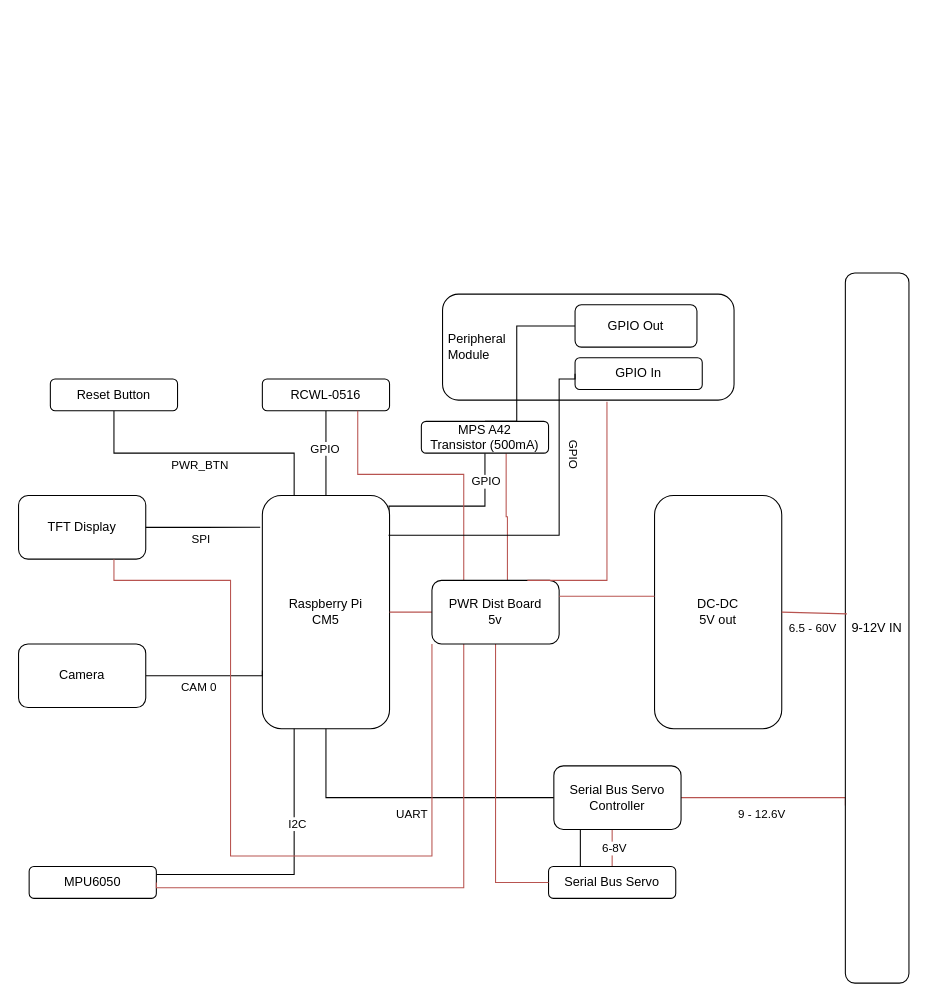
The draw.io diagram circuits/CM5 Head Wiring.drawio in faxxxan/WALL-B, before the edit. Source tidied: cells renumbered, new cells numbered last; positions are measured from the earlier drawing's top-left corner, leaving out a move shared by most shapes. Both pictures are drawn from the tidied source at 106%, with x=0, y=0 at pixel (18, 272).
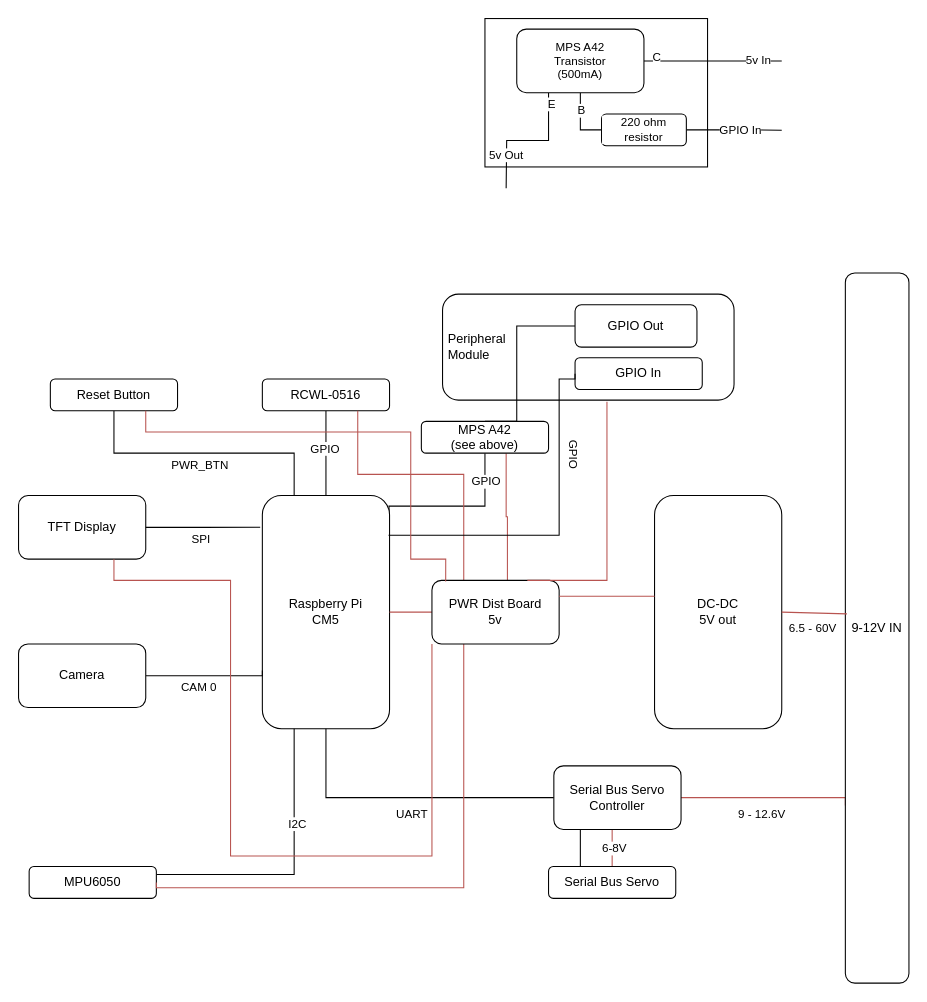
The same diagram, later.

Unchanged cells that the change refers to:
```xml
<mxCell id="27" value="Serial Bus Servo" style="rounded=1;whiteSpace=wrap;html=1;" parent="1" vertex="1">
  <mxGeometry x="500" y="560" width="120" height="30" as="geometry" />
</mxCell>
<mxCell id="30" value="Reset Button" style="rounded=1;whiteSpace=wrap;html=1;" parent="1" vertex="1">
  <mxGeometry x="30" y="100" width="120" height="30" as="geometry" />
</mxCell>
<mxCell id="37" value="PWR Dist Board&lt;br&gt;5v" style="rounded=1;whiteSpace=wrap;html=1;" parent="1" vertex="1">
  <mxGeometry x="390" y="290" width="120" height="60" as="geometry" />
</mxCell>
```

Change to the diagram source:
```diff
@@
-    <mxCell id="32" style="edgeStyle=orthogonalEdgeStyle;shape=connector;rounded=0;jettySize=auto;html=1;exitX=0.5;exitY=1;exitDx=0;exitDy=0;entryX=0;entryY=0.5;entryDx=0;entryDy=0;strokeColor=#b85450;align=center;verticalAlign=middle;fontFamily=Helvetica;fontSize=11;fontColor=default;labelBackgroundColor=default;startFill=0;endArrow=none;fillColor=#f8cecc;" parent="1" edge="1" source="37" target="27">
-      <mxGeometry relative="1" as="geometry" />
-    </mxCell>
@@
-    <mxCell id="47" value="MPS A42&lt;br&gt;Transistor (500mA)" style="rounded=1;whiteSpace=wrap;html=1;" parent="1" vertex="1">
+    <mxCell id="47" value="MPS A42&lt;br&gt;(see above)" style="rounded=1;whiteSpace=wrap;html=1;" parent="1" vertex="1">
       <mxGeometry x="380" y="140" width="120" height="30" as="geometry" />
     </mxCell>
@@
+    <mxCell id="49" style="group;" parent="1" vertex="1">
+      <mxGeometry x="440" y="-240" width="280" height="160" as="geometry" />
+    </mxCell>
+    <mxCell id="50" style="rounded=0;whiteSpace=wrap;html=1;fontFamily=Helvetica;fontSize=11;fontColor=default;labelBackgroundColor=default;" parent="49" vertex="1">
+      <mxGeometry width="210" height="140" as="geometry" />
+    </mxCell>
+    <mxCell id="51" style="edgeStyle=orthogonalEdgeStyle;shape=connector;rounded=0;jettySize=auto;html=1;exitX=0.5;exitY=1;exitDx=0;exitDy=0;entryX=0;entryY=0.5;entryDx=0;entryDy=0;strokeColor=default;align=center;verticalAlign=middle;fontFamily=Helvetica;fontSize=11;fontColor=default;labelBackgroundColor=default;startFill=0;endArrow=none;" parent="49" edge="1" source="59" target="62">
+      <mxGeometry relative="1" as="geometry" />
+    </mxCell>
+    <mxCell id="52" value="B" style="edgeLabel;html=1;align=center;verticalAlign=middle;fontFamily=Helvetica;fontSize=11;fontColor=default;labelBackgroundColor=default;" parent="51" vertex="1">
+      <mxGeometry x="-0.44" relative="1" as="geometry">
+        <mxPoint y="1" as="offset" />
+      </mxGeometry>
+    </mxCell>
+    <mxCell id="53" style="edgeStyle=orthogonalEdgeStyle;shape=connector;rounded=0;jettySize=auto;html=1;exitX=0.25;exitY=1;exitDx=0;exitDy=0;strokeColor=default;align=center;verticalAlign=middle;fontFamily=Helvetica;fontSize=11;fontColor=default;labelBackgroundColor=default;startFill=0;endArrow=none;" parent="49" edge="1" source="59">
+      <mxGeometry relative="1" as="geometry">
+        <mxPoint x="20" y="160" as="targetPoint" />
+      </mxGeometry>
+    </mxCell>
+    <mxCell id="54" value="5v Out" style="edgeLabel;html=1;align=center;verticalAlign=middle;fontFamily=Helvetica;fontSize=11;fontColor=default;labelBackgroundColor=default;" parent="53" vertex="1">
+      <mxGeometry x="0.51" y="-1" relative="1" as="geometry" />
+    </mxCell>
+    <mxCell id="55" value="E" style="edgeLabel;html=1;align=center;verticalAlign=middle;fontFamily=Helvetica;fontSize=11;fontColor=default;labelBackgroundColor=default;" parent="53" vertex="1">
+      <mxGeometry x="-0.85" y="2" relative="1" as="geometry" />
+    </mxCell>
+    <mxCell id="56" style="edgeStyle=orthogonalEdgeStyle;shape=connector;rounded=0;jettySize=auto;html=1;exitX=1;exitY=0.5;exitDx=0;exitDy=0;strokeColor=default;align=center;verticalAlign=middle;fontFamily=Helvetica;fontSize=11;fontColor=default;labelBackgroundColor=default;startFill=0;endArrow=none;" parent="49" edge="1" source="59">
+      <mxGeometry relative="1" as="geometry">
+        <mxPoint x="280" y="40" as="targetPoint" />
+      </mxGeometry>
+    </mxCell>
+    <mxCell id="57" value="5v In" style="edgeLabel;html=1;align=center;verticalAlign=middle;fontFamily=Helvetica;fontSize=11;fontColor=default;labelBackgroundColor=default;" parent="56" vertex="1">
+      <mxGeometry x="0.66" y="2" relative="1" as="geometry" />
+    </mxCell>
+    <mxCell id="58" value="C" style="edgeLabel;html=1;align=center;verticalAlign=middle;fontFamily=Helvetica;fontSize=11;fontColor=default;labelBackgroundColor=default;" parent="56" vertex="1">
+      <mxGeometry x="-0.84" y="4" relative="1" as="geometry">
+        <mxPoint x="1" as="offset" />
+      </mxGeometry>
+    </mxCell>
+    <mxCell id="59" value="MPS A42&lt;br&gt;Transistor&lt;br&gt;&lt;div&gt;(500mA)&lt;/div&gt;" style="rounded=1;whiteSpace=wrap;html=1;fontFamily=Helvetica;fontSize=11;fontColor=default;labelBackgroundColor=default;" parent="49" vertex="1">
+      <mxGeometry x="30" y="10" width="120" height="60" as="geometry" />
+    </mxCell>
+    <mxCell id="60" style="edgeStyle=orthogonalEdgeStyle;shape=connector;rounded=0;jettySize=auto;html=1;exitX=1;exitY=0.5;exitDx=0;exitDy=0;strokeColor=default;align=center;verticalAlign=middle;fontFamily=Helvetica;fontSize=11;fontColor=default;labelBackgroundColor=default;startFill=0;endArrow=none;" parent="49" edge="1" source="62">
+      <mxGeometry relative="1" as="geometry">
+        <mxPoint x="280" y="105.3" as="targetPoint" />
+      </mxGeometry>
+    </mxCell>
+    <mxCell id="61" value="GPIO In" style="edgeLabel;html=1;align=center;verticalAlign=middle;fontFamily=Helvetica;fontSize=11;fontColor=default;labelBackgroundColor=default;" parent="60" vertex="1">
+      <mxGeometry x="0.6" relative="1" as="geometry">
+        <mxPoint x="-22" y="-1" as="offset" />
+      </mxGeometry>
+    </mxCell>
+    <mxCell id="62" value="220 ohm resistor" style="rounded=1;whiteSpace=wrap;html=1;fontFamily=Helvetica;fontSize=11;fontColor=default;labelBackgroundColor=default;" parent="49" vertex="1">
+      <mxGeometry x="110" y="90" width="80" height="30" as="geometry" />
+    </mxCell>
+    <mxCell id="63" style="edgeStyle=orthogonalEdgeStyle;shape=connector;rounded=0;jettySize=auto;html=1;exitX=0.75;exitY=1;exitDx=0;exitDy=0;entryX=0.108;entryY=0.017;entryDx=0;entryDy=0;entryPerimeter=0;strokeColor=#b85450;align=center;verticalAlign=middle;fontFamily=Helvetica;fontSize=11;fontColor=default;labelBackgroundColor=default;startFill=0;endArrow=none;fillColor=#f8cecc;" parent="1" edge="1" source="30" target="37">
+      <mxGeometry relative="1" as="geometry">
+        <Array as="points">
+          <mxPoint x="120" y="150" />
+          <mxPoint x="370" y="150" />
+          <mxPoint x="370" y="270" />
+          <mxPoint x="403" y="270" />
+        </Array>
+      </mxGeometry>
+    </mxCell>
```
